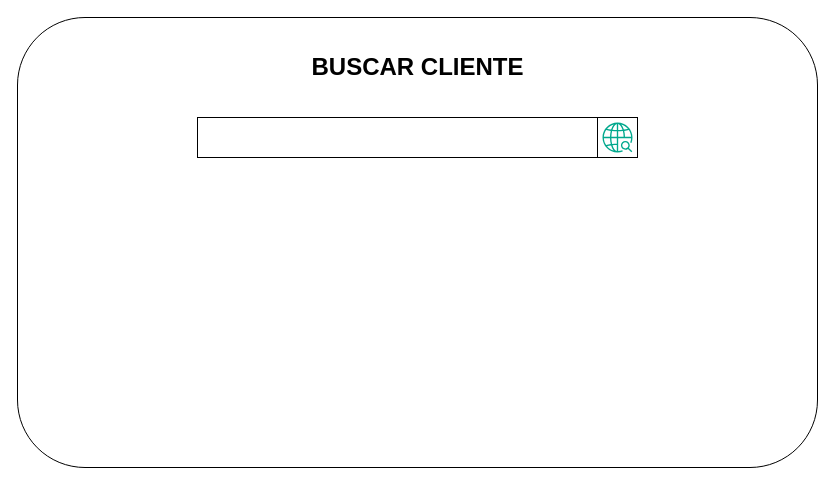
The draw.io diagram Doc/BuscarClienteComputador.drawio in Brazuca17/AppEquipe5, before the edit. Source tidied: cells renumbered, new cells numbered last; positions are measured from the earlier drawing's top-left corner, leaving out a move shared by most shapes. Both pictures are drawn from the tidied source at 100%, with x=0, y=0 at pixel (17, 17).
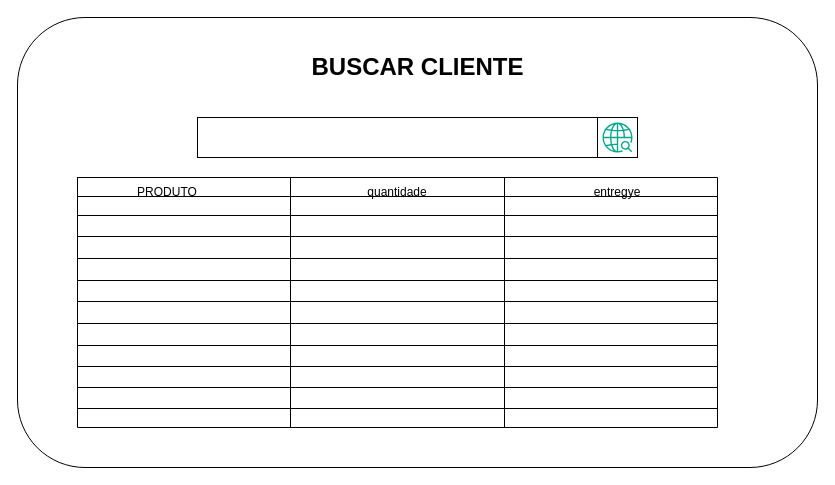
After the change.

The edit, as a diff of the source:
```diff
@@
+    <mxCell id="7" style="shape=table;startSize=0;childLayout=tableLayout;fontSize=16;" parent="1" vertex="1">
+      <mxGeometry x="60" y="160" width="640" height="250" as="geometry" />
+    </mxCell>
+    <mxCell id="8" style="shape=tableRow;horizontal=0;startSize=0;swimlaneHead=0;swimlaneBody=0;strokeColor=inherit;top=0;left=0;bottom=0;right=0;fillColor=none;fontSize=16;" parent="7" vertex="1">
+      <mxGeometry width="640" height="19" as="geometry" />
+    </mxCell>
+    <mxCell id="9" style="shape=partialRectangle;html=1;whiteSpace=wrap;strokeColor=inherit;overflow=hidden;fillColor=none;top=0;left=0;bottom=0;right=0;fontSize=16;" parent="8" vertex="1">
+      <mxGeometry width="213" height="19" as="geometry" />
+    </mxCell>
+    <mxCell id="10" style="shape=partialRectangle;html=1;whiteSpace=wrap;strokeColor=inherit;overflow=hidden;fillColor=none;top=0;left=0;bottom=0;right=0;fontSize=16;" parent="8" vertex="1">
+      <mxGeometry x="213" width="214" height="19" as="geometry" />
+    </mxCell>
+    <mxCell id="11" style="shape=partialRectangle;html=1;whiteSpace=wrap;strokeColor=inherit;overflow=hidden;fillColor=none;top=0;left=0;bottom=0;right=0;fontSize=16;" parent="8" vertex="1">
+      <mxGeometry x="427" width="213" height="19" as="geometry" />
+    </mxCell>
+    <mxCell id="12" style="shape=tableRow;horizontal=0;startSize=0;swimlaneHead=0;swimlaneBody=0;strokeColor=inherit;top=0;left=0;bottom=0;right=0;fillColor=none;fontSize=16;" parent="7" vertex="1">
+      <mxGeometry y="19" width="640" height="19" as="geometry" />
+    </mxCell>
+    <mxCell id="13" style="shape=partialRectangle;html=1;whiteSpace=wrap;strokeColor=inherit;overflow=hidden;fillColor=none;top=0;left=0;bottom=0;right=0;fontSize=16;" parent="12" vertex="1">
+      <mxGeometry width="213" height="19" as="geometry" />
+    </mxCell>
+    <mxCell id="14" style="shape=partialRectangle;html=1;whiteSpace=wrap;strokeColor=inherit;overflow=hidden;fillColor=none;top=0;left=0;bottom=0;right=0;fontSize=16;" parent="12" vertex="1">
+      <mxGeometry x="213" width="214" height="19" as="geometry" />
+    </mxCell>
+    <mxCell id="15" style="shape=partialRectangle;html=1;whiteSpace=wrap;strokeColor=inherit;overflow=hidden;fillColor=none;top=0;left=0;bottom=0;right=0;fontSize=16;" parent="12" vertex="1">
+      <mxGeometry x="427" width="213" height="19" as="geometry" />
+    </mxCell>
+    <mxCell id="16" style="shape=tableRow;horizontal=0;startSize=0;swimlaneHead=0;swimlaneBody=0;strokeColor=inherit;top=0;left=0;bottom=0;right=0;fillColor=none;fontSize=16;" parent="7" vertex="1">
+      <mxGeometry y="38" width="640" height="21" as="geometry" />
+    </mxCell>
+    <mxCell id="17" style="shape=partialRectangle;html=1;whiteSpace=wrap;strokeColor=inherit;overflow=hidden;fillColor=none;top=0;left=0;bottom=0;right=0;fontSize=16;" parent="16" vertex="1">
+      <mxGeometry width="213" height="21" as="geometry" />
+    </mxCell>
+    <mxCell id="18" style="shape=partialRectangle;html=1;whiteSpace=wrap;strokeColor=inherit;overflow=hidden;fillColor=none;top=0;left=0;bottom=0;right=0;fontSize=16;" parent="16" vertex="1">
+      <mxGeometry x="213" width="214" height="21" as="geometry" />
+    </mxCell>
+    <mxCell id="19" style="shape=partialRectangle;html=1;whiteSpace=wrap;strokeColor=inherit;overflow=hidden;fillColor=none;top=0;left=0;bottom=0;right=0;fontSize=16;" parent="16" vertex="1">
+      <mxGeometry x="427" width="213" height="21" as="geometry" />
+    </mxCell>
+    <mxCell id="20" style="shape=tableRow;horizontal=0;startSize=0;swimlaneHead=0;swimlaneBody=0;strokeColor=inherit;top=0;left=0;bottom=0;right=0;fillColor=none;fontSize=16;" parent="7" vertex="1">
+      <mxGeometry y="59" width="640" height="22" as="geometry" />
+    </mxCell>
+    <mxCell id="21" style="shape=partialRectangle;html=1;whiteSpace=wrap;strokeColor=inherit;overflow=hidden;fillColor=none;top=0;left=0;bottom=0;right=0;fontSize=16;" parent="20" vertex="1">
+      <mxGeometry width="213" height="22" as="geometry" />
+    </mxCell>
+    <mxCell id="22" style="shape=partialRectangle;html=1;whiteSpace=wrap;strokeColor=inherit;overflow=hidden;fillColor=none;top=0;left=0;bottom=0;right=0;fontSize=16;" parent="20" vertex="1">
+      <mxGeometry x="213" width="214" height="22" as="geometry" />
+    </mxCell>
+    <mxCell id="23" style="shape=partialRectangle;html=1;whiteSpace=wrap;strokeColor=inherit;overflow=hidden;fillColor=none;top=0;left=0;bottom=0;right=0;fontSize=16;" parent="20" vertex="1">
+      <mxGeometry x="427" width="213" height="22" as="geometry" />
+    </mxCell>
+    <mxCell id="24" style="shape=tableRow;horizontal=0;startSize=0;swimlaneHead=0;swimlaneBody=0;strokeColor=inherit;top=0;left=0;bottom=0;right=0;fillColor=none;fontSize=16;" parent="7" vertex="1">
+      <mxGeometry y="81" width="640" height="22" as="geometry" />
+    </mxCell>
+    <mxCell id="25" style="shape=partialRectangle;html=1;whiteSpace=wrap;strokeColor=inherit;overflow=hidden;fillColor=none;top=0;left=0;bottom=0;right=0;fontSize=16;" parent="24" vertex="1">
+      <mxGeometry width="213" height="22" as="geometry" />
+    </mxCell>
+    <mxCell id="26" style="shape=partialRectangle;html=1;whiteSpace=wrap;strokeColor=inherit;overflow=hidden;fillColor=none;top=0;left=0;bottom=0;right=0;fontSize=16;" parent="24" vertex="1">
+      <mxGeometry x="213" width="214" height="22" as="geometry" />
+    </mxCell>
+    <mxCell id="27" style="shape=partialRectangle;html=1;whiteSpace=wrap;strokeColor=inherit;overflow=hidden;fillColor=none;top=0;left=0;bottom=0;right=0;fontSize=16;" parent="24" vertex="1">
+      <mxGeometry x="427" width="213" height="22" as="geometry" />
+    </mxCell>
+    <mxCell id="28" style="shape=tableRow;horizontal=0;startSize=0;swimlaneHead=0;swimlaneBody=0;strokeColor=inherit;top=0;left=0;bottom=0;right=0;fillColor=none;fontSize=16;" parent="7" vertex="1">
+      <mxGeometry y="103" width="640" height="21" as="geometry" />
+    </mxCell>
+    <mxCell id="29" style="shape=partialRectangle;html=1;whiteSpace=wrap;strokeColor=inherit;overflow=hidden;fillColor=none;top=0;left=0;bottom=0;right=0;fontSize=16;" parent="28" vertex="1">
+      <mxGeometry width="213" height="21" as="geometry" />
+    </mxCell>
+    <mxCell id="30" style="shape=partialRectangle;html=1;whiteSpace=wrap;strokeColor=inherit;overflow=hidden;fillColor=none;top=0;left=0;bottom=0;right=0;fontSize=16;" parent="28" vertex="1">
+      <mxGeometry x="213" width="214" height="21" as="geometry" />
+    </mxCell>
+    <mxCell id="31" style="shape=partialRectangle;html=1;whiteSpace=wrap;strokeColor=inherit;overflow=hidden;fillColor=none;top=0;left=0;bottom=0;right=0;fontSize=16;" parent="28" vertex="1">
+      <mxGeometry x="427" width="213" height="21" as="geometry" />
+    </mxCell>
+    <mxCell id="32" style="shape=tableRow;horizontal=0;startSize=0;swimlaneHead=0;swimlaneBody=0;strokeColor=inherit;top=0;left=0;bottom=0;right=0;fillColor=none;fontSize=16;" parent="7" vertex="1">
+      <mxGeometry y="124" width="640" height="22" as="geometry" />
+    </mxCell>
+    <mxCell id="33" style="shape=partialRectangle;html=1;whiteSpace=wrap;strokeColor=inherit;overflow=hidden;fillColor=none;top=0;left=0;bottom=0;right=0;fontSize=16;" parent="32" vertex="1">
+      <mxGeometry width="213" height="22" as="geometry" />
+    </mxCell>
+    <mxCell id="34" style="shape=partialRectangle;html=1;whiteSpace=wrap;strokeColor=inherit;overflow=hidden;fillColor=none;top=0;left=0;bottom=0;right=0;fontSize=16;" parent="32" vertex="1">
+      <mxGeometry x="213" width="214" height="22" as="geometry" />
+    </mxCell>
+    <mxCell id="35" style="shape=partialRectangle;html=1;whiteSpace=wrap;strokeColor=inherit;overflow=hidden;fillColor=none;top=0;left=0;bottom=0;right=0;fontSize=16;" parent="32" vertex="1">
+      <mxGeometry x="427" width="213" height="22" as="geometry" />
+    </mxCell>
+    <mxCell id="36" style="shape=tableRow;horizontal=0;startSize=0;swimlaneHead=0;swimlaneBody=0;strokeColor=inherit;top=0;left=0;bottom=0;right=0;fillColor=none;fontSize=16;" parent="7" vertex="1">
+      <mxGeometry y="146" width="640" height="22" as="geometry" />
+    </mxCell>
+    <mxCell id="37" style="shape=partialRectangle;html=1;whiteSpace=wrap;strokeColor=inherit;overflow=hidden;fillColor=none;top=0;left=0;bottom=0;right=0;fontSize=16;" parent="36" vertex="1">
+      <mxGeometry width="213" height="22" as="geometry" />
+    </mxCell>
+    <mxCell id="38" style="shape=partialRectangle;html=1;whiteSpace=wrap;strokeColor=inherit;overflow=hidden;fillColor=none;top=0;left=0;bottom=0;right=0;fontSize=16;" parent="36" vertex="1">
+      <mxGeometry x="213" width="214" height="22" as="geometry" />
+    </mxCell>
+    <mxCell id="39" style="shape=partialRectangle;html=1;whiteSpace=wrap;strokeColor=inherit;overflow=hidden;fillColor=none;top=0;left=0;bottom=0;right=0;fontSize=16;" parent="36" vertex="1">
+      <mxGeometry x="427" width="213" height="22" as="geometry" />
+    </mxCell>
+    <mxCell id="40" style="shape=tableRow;horizontal=0;startSize=0;swimlaneHead=0;swimlaneBody=0;strokeColor=inherit;top=0;left=0;bottom=0;right=0;fillColor=none;fontSize=16;" parent="7" vertex="1">
+      <mxGeometry y="168" width="640" height="21" as="geometry" />
+    </mxCell>
+    <mxCell id="41" style="shape=partialRectangle;html=1;whiteSpace=wrap;strokeColor=inherit;overflow=hidden;fillColor=none;top=0;left=0;bottom=0;right=0;fontSize=16;" parent="40" vertex="1">
+      <mxGeometry width="213" height="21" as="geometry" />
+    </mxCell>
+    <mxCell id="42" style="shape=partialRectangle;html=1;whiteSpace=wrap;strokeColor=inherit;overflow=hidden;fillColor=none;top=0;left=0;bottom=0;right=0;fontSize=16;" parent="40" vertex="1">
+      <mxGeometry x="213" width="214" height="21" as="geometry" />
+    </mxCell>
+    <mxCell id="43" style="shape=partialRectangle;html=1;whiteSpace=wrap;strokeColor=inherit;overflow=hidden;fillColor=none;top=0;left=0;bottom=0;right=0;fontSize=16;" parent="40" vertex="1">
+      <mxGeometry x="427" width="213" height="21" as="geometry" />
+    </mxCell>
+    <mxCell id="44" style="shape=tableRow;horizontal=0;startSize=0;swimlaneHead=0;swimlaneBody=0;strokeColor=inherit;top=0;left=0;bottom=0;right=0;fillColor=none;fontSize=16;" parent="7" vertex="1">
+      <mxGeometry y="189" width="640" height="21" as="geometry" />
+    </mxCell>
+    <mxCell id="45" style="shape=partialRectangle;html=1;whiteSpace=wrap;strokeColor=inherit;overflow=hidden;fillColor=none;top=0;left=0;bottom=0;right=0;fontSize=16;" parent="44" vertex="1">
+      <mxGeometry width="213" height="21" as="geometry" />
+    </mxCell>
+    <mxCell id="46" style="shape=partialRectangle;html=1;whiteSpace=wrap;strokeColor=inherit;overflow=hidden;fillColor=none;top=0;left=0;bottom=0;right=0;fontSize=16;" parent="44" vertex="1">
+      <mxGeometry x="213" width="214" height="21" as="geometry" />
+    </mxCell>
+    <mxCell id="47" style="shape=partialRectangle;html=1;whiteSpace=wrap;strokeColor=inherit;overflow=hidden;fillColor=none;top=0;left=0;bottom=0;right=0;fontSize=16;" parent="44" vertex="1">
+      <mxGeometry x="427" width="213" height="21" as="geometry" />
+    </mxCell>
+    <mxCell id="48" style="shape=tableRow;horizontal=0;startSize=0;swimlaneHead=0;swimlaneBody=0;strokeColor=inherit;top=0;left=0;bottom=0;right=0;fillColor=none;fontSize=16;" parent="7" vertex="1">
+      <mxGeometry y="210" width="640" height="21" as="geometry" />
+    </mxCell>
+    <mxCell id="49" style="shape=partialRectangle;html=1;whiteSpace=wrap;strokeColor=inherit;overflow=hidden;fillColor=none;top=0;left=0;bottom=0;right=0;fontSize=16;" parent="48" vertex="1">
+      <mxGeometry width="213" height="21" as="geometry" />
+    </mxCell>
+    <mxCell id="50" style="shape=partialRectangle;html=1;whiteSpace=wrap;strokeColor=inherit;overflow=hidden;fillColor=none;top=0;left=0;bottom=0;right=0;fontSize=16;" parent="48" vertex="1">
+      <mxGeometry x="213" width="214" height="21" as="geometry" />
+    </mxCell>
+    <mxCell id="51" style="shape=partialRectangle;html=1;whiteSpace=wrap;strokeColor=inherit;overflow=hidden;fillColor=none;top=0;left=0;bottom=0;right=0;fontSize=16;" parent="48" vertex="1">
+      <mxGeometry x="427" width="213" height="21" as="geometry" />
+    </mxCell>
+    <mxCell id="52" style="shape=tableRow;horizontal=0;startSize=0;swimlaneHead=0;swimlaneBody=0;strokeColor=inherit;top=0;left=0;bottom=0;right=0;fillColor=none;fontSize=16;" parent="7" vertex="1">
+      <mxGeometry y="231" width="640" height="19" as="geometry" />
+    </mxCell>
+    <mxCell id="53" style="shape=partialRectangle;html=1;whiteSpace=wrap;strokeColor=inherit;overflow=hidden;fillColor=none;top=0;left=0;bottom=0;right=0;fontSize=16;" parent="52" vertex="1">
+      <mxGeometry width="213" height="19" as="geometry" />
+    </mxCell>
+    <mxCell id="54" style="shape=partialRectangle;html=1;whiteSpace=wrap;strokeColor=inherit;overflow=hidden;fillColor=none;top=0;left=0;bottom=0;right=0;fontSize=16;" parent="52" vertex="1">
+      <mxGeometry x="213" width="214" height="19" as="geometry" />
+    </mxCell>
+    <mxCell id="55" style="shape=partialRectangle;html=1;whiteSpace=wrap;strokeColor=inherit;overflow=hidden;fillColor=none;top=0;left=0;bottom=0;right=0;fontSize=16;" parent="52" vertex="1">
+      <mxGeometry x="427" width="213" height="19" as="geometry" />
+    </mxCell>
+    <mxCell id="56" value="PRODUTO" style="text;html=1;align=center;verticalAlign=middle;whiteSpace=wrap;rounded=0;" parent="1" vertex="1">
+      <mxGeometry x="120" y="160" width="60" height="30" as="geometry" />
+    </mxCell>
+    <mxCell id="57" value="quantidade" style="text;html=1;align=center;verticalAlign=middle;whiteSpace=wrap;rounded=0;" parent="1" vertex="1">
+      <mxGeometry x="350" y="160" width="60" height="30" as="geometry" />
+    </mxCell>
+    <mxCell id="58" value="entregye" style="text;html=1;align=center;verticalAlign=middle;whiteSpace=wrap;rounded=0;" parent="1" vertex="1">
+      <mxGeometry x="570" y="160" width="60" height="30" as="geometry" />
+    </mxCell>
```
